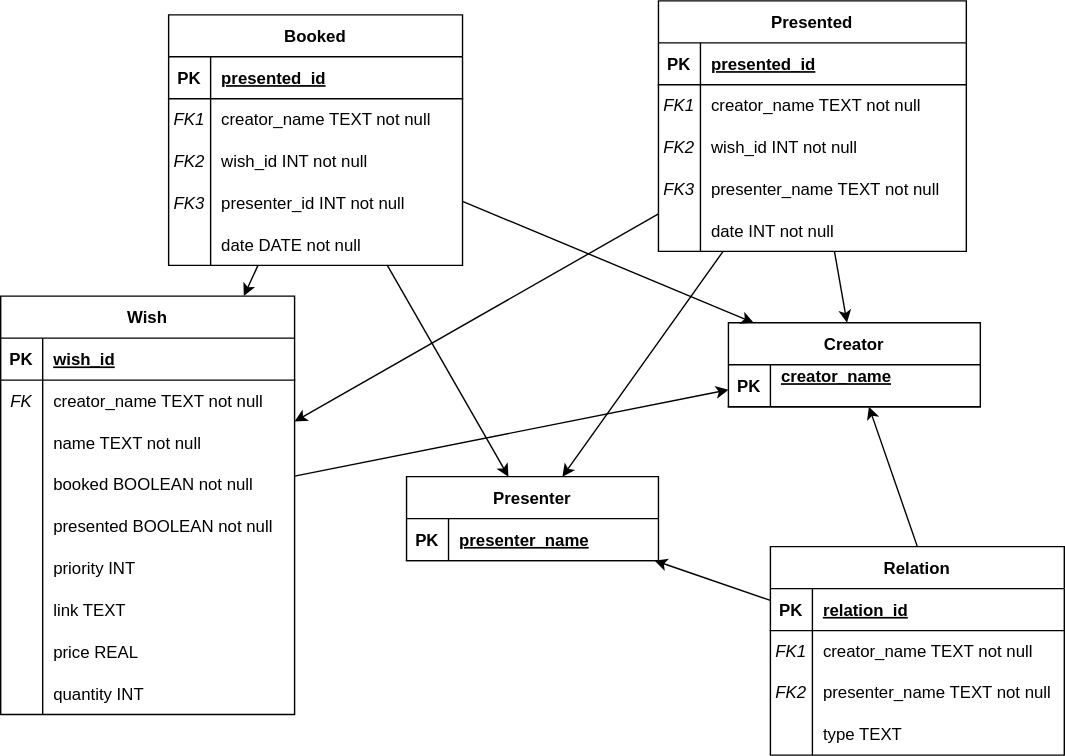
Before: db_schema.svg, a diagram exported from draw.io (olegfafurin/lauzhack-2022). Source tidied: cells renumbered, new cells last; positions are measured from the earlier drawing's top-left corner, leaving out a move shared by most shapes.
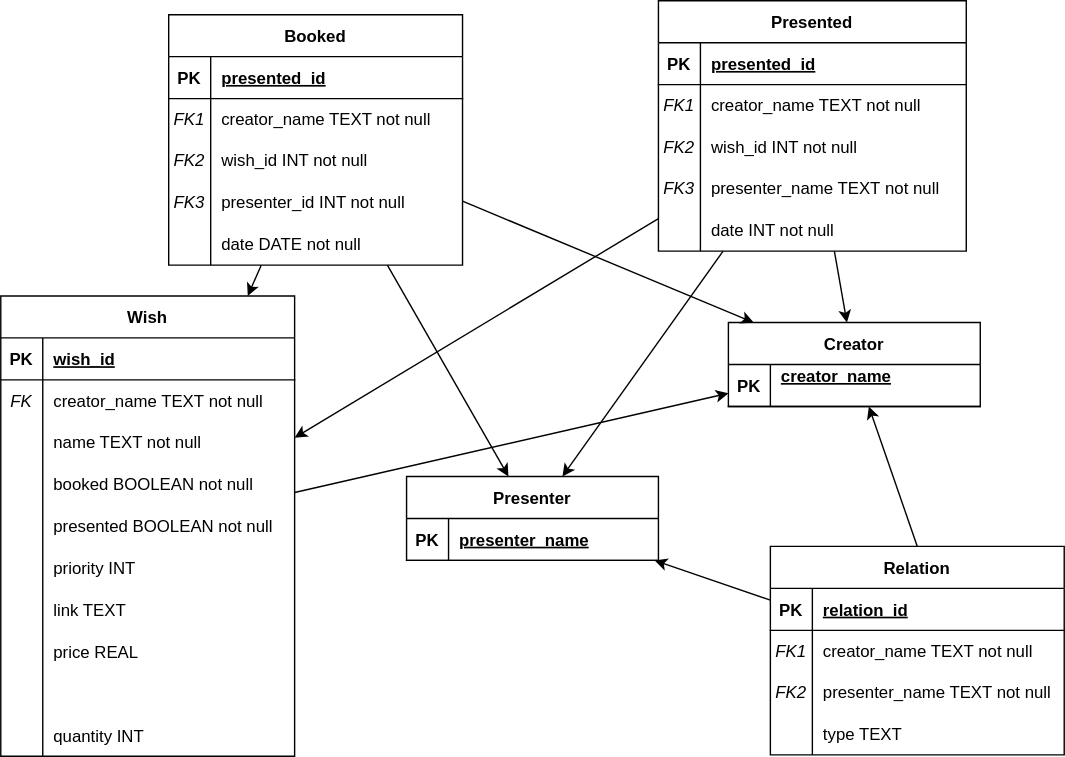
After the commit.

What changed in the source:
```diff
@@ -27,7 +27,7 @@
       <mxGeometry x="30" width="150" height="30" as="geometry" />
     </mxCell>
     <mxCell id="10" value="Wish" style="shape=table;startSize=30;rowLines=0;fontStyle=1;align=center;" parent="1" vertex="1">
-      <mxGeometry y="211" width="210" height="299" as="geometry" />
+      <mxGeometry y="211" width="210" height="329" as="geometry" />
     </mxCell>
     <mxCell id="11" style="shape=tableRow;horizontal=0;startSize=0;swimlaneHead=0;swimlaneBody=0;fillColor=none;top=0;left=0;right=0;bottom=1;" parent="10" vertex="1">
       <mxGeometry y="30" width="210" height="30" as="geometry" />
@@ -101,8 +101,17 @@
     <mxCell id="34" value="price REAL" style="shape=partialRectangle;fillColor=none;top=0;left=0;bottom=0;right=0;align=left;spacingLeft=6;overflow=hidden;" parent="32" vertex="1">
       <mxGeometry x="30" width="180" height="30" as="geometry" />
     </mxCell>
+    <mxCell id="92" style="shape=tableRow;horizontal=0;startSize=0;swimlaneHead=0;swimlaneBody=0;fillColor=none;top=0;left=0;right=0;bottom=0;" parent="10" vertex="1">
+      <mxGeometry y="269" width="210" height="30" as="geometry" />
+    </mxCell>
+    <mxCell id="93" style="shape=partialRectangle;fillColor=none;top=0;left=0;bottom=0;right=0;overflow=hidden;" parent="92" vertex="1">
+      <mxGeometry width="30" height="30" as="geometry" />
+    </mxCell>
+    <mxCell id="94" style="shape=partialRectangle;fillColor=none;top=0;left=0;bottom=0;right=0;align=left;spacingLeft=6;overflow=hidden;" parent="92" vertex="1">
+      <mxGeometry x="30" width="180" height="30" as="geometry" />
+    </mxCell>
     <mxCell id="35" style="shape=tableRow;horizontal=0;startSize=0;swimlaneHead=0;swimlaneBody=0;fillColor=none;top=0;left=0;right=0;bottom=0;" parent="10" vertex="1">
-      <mxGeometry y="269" width="210" height="30" as="geometry" />
+      <mxGeometry y="299" width="210" height="30" as="geometry" />
     </mxCell>
     <mxCell id="36" style="shape=partialRectangle;fillColor=none;top=0;left=0;bottom=0;right=0;overflow=hidden;" parent="35" vertex="1">
       <mxGeometry width="30" height="30" as="geometry" />
```
